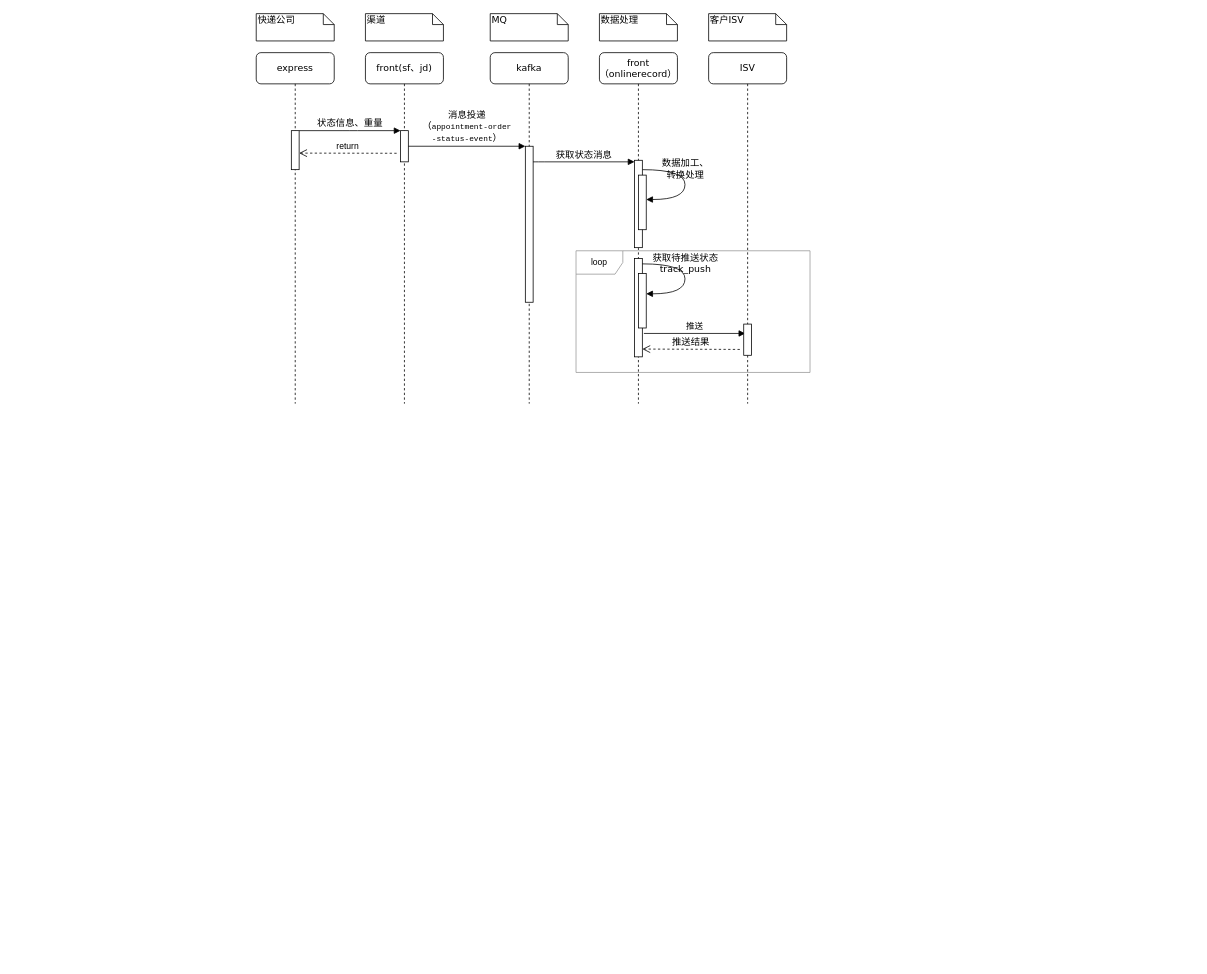
unclequentin/diagrams keeps this draw.io diagram as 状态推送.drawio. Above is the earlier version. Source tidied: cells renumbered, new cells numbered last; positions are measured from the earlier drawing's top-left corner, leaving out a move shared by most shapes. Both pictures are drawn from the tidied source at 78%, with x=0, y=0 at pixel (256, 13).
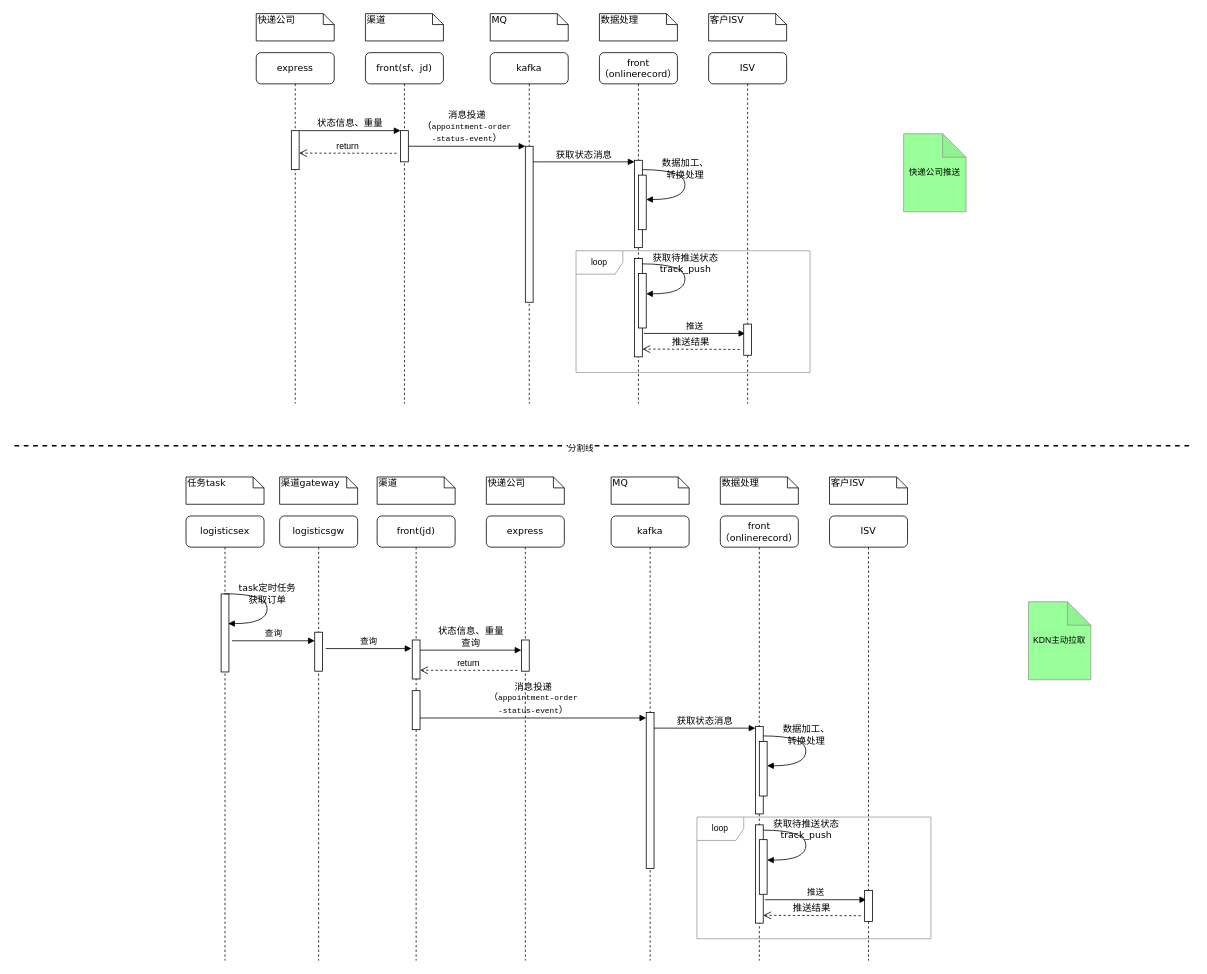
Above is the later version.

Commit message (it also covers changes not shown here):
更新状态推送.drawio

Change to the diagram source:
```diff
@@
+    <mxCell id="29" value="loop" style="shape=umlFrame;whiteSpace=wrap;html=1;fontSize=11;fontColor=#000000;strokeColor=#999999;" parent="1" vertex="1">
+      <mxGeometry x="565" y="1030" width="300" height="156" as="geometry" />
+    </mxCell>
+    <mxCell id="30" value="express" style="shape=umlLifeline;perimeter=lifelinePerimeter;whiteSpace=wrap;html=1;rounded=1;shadow=0;comic=0;labelBackgroundColor=none;strokeWidth=1;fontFamily=Verdana;fontSize=12;align=center;" parent="1" vertex="1">
+      <mxGeometry x="295" y="644" width="100" height="570" as="geometry" />
+    </mxCell>
+    <mxCell id="31" style="html=1;perimeter=orthogonalPerimeter;rounded=0;shadow=0;comic=0;labelBackgroundColor=none;strokeWidth=1;fontFamily=Verdana;fontSize=12;align=center;" parent="30" vertex="1">
+      <mxGeometry x="45" y="159" width="10" height="40" as="geometry" />
+    </mxCell>
+    <mxCell id="32" value="&lt;span style=&quot;text-align: left;&quot;&gt;kafka&lt;/span&gt;" style="shape=umlLifeline;perimeter=lifelinePerimeter;whiteSpace=wrap;html=1;rounded=1;shadow=0;comic=0;labelBackgroundColor=none;strokeWidth=1;fontFamily=Verdana;fontSize=12;align=center;" parent="1" vertex="1">
+      <mxGeometry x="455" y="644" width="100" height="570" as="geometry" />
+    </mxCell>
+    <mxCell id="33" style="html=1;points=[];perimeter=orthogonalPerimeter;rounded=0;shadow=0;comic=0;labelBackgroundColor=none;strokeWidth=1;fontFamily=Verdana;fontSize=12;align=center;" parent="32" vertex="1">
+      <mxGeometry x="45" y="252" width="10" height="200" as="geometry" />
+    </mxCell>
+    <mxCell id="34" value="front（onlinerecord）" style="shape=umlLifeline;perimeter=lifelinePerimeter;whiteSpace=wrap;html=1;rounded=1;shadow=0;comic=0;labelBackgroundColor=none;strokeWidth=1;fontFamily=Verdana;fontSize=12;align=center;" parent="1" vertex="1">
+      <mxGeometry x="595" y="644" width="100" height="570" as="geometry" />
+    </mxCell>
+    <mxCell id="35" value="数据加工、&lt;br&gt;转换处理" style="html=1;verticalAlign=bottom;endArrow=block;labelBackgroundColor=none;fontFamily=Verdana;fontSize=12;elbow=vertical;edgeStyle=orthogonalEdgeStyle;curved=1;entryX=1;entryY=0.286;entryPerimeter=0;exitX=1.038;exitY=0.345;exitPerimeter=0;" parent="34" edge="1">
+      <mxGeometry relative="1" as="geometry">
+        <mxPoint x="55" y="282" as="sourcePoint" />
+        <mxPoint x="60" y="320.3" as="targetPoint" />
+        <Array as="points">
+          <mxPoint x="109.7" y="282" />
+          <mxPoint x="109.7" y="320" />
+        </Array>
+      </mxGeometry>
+    </mxCell>
+    <mxCell id="36" style="html=1;perimeter=orthogonalPerimeter;rounded=0;shadow=0;comic=0;labelBackgroundColor=none;strokeWidth=1;fontFamily=Verdana;fontSize=12;align=center;" parent="34" vertex="1">
+      <mxGeometry x="45" y="396" width="10" height="126" as="geometry" />
+    </mxCell>
+    <mxCell id="37" style="html=1;perimeter=orthogonalPerimeter;rounded=0;shadow=0;comic=0;labelBackgroundColor=none;strokeWidth=1;fontFamily=Verdana;fontSize=12;align=center;" parent="34" vertex="1">
+      <mxGeometry x="50" y="415" width="10" height="70" as="geometry" />
+    </mxCell>
+    <mxCell id="38" value="获取待推送状态&lt;br&gt;track_push" style="html=1;verticalAlign=bottom;endArrow=block;labelBackgroundColor=none;fontFamily=Verdana;fontSize=12;elbow=vertical;edgeStyle=orthogonalEdgeStyle;curved=1;entryX=1;entryY=0.286;entryPerimeter=0;exitX=1.038;exitY=0.345;exitPerimeter=0;" parent="34" edge="1">
+      <mxGeometry relative="1" as="geometry">
+        <mxPoint x="55" y="402.8" as="sourcePoint" />
+        <mxPoint x="60" y="441.2" as="targetPoint" />
+        <Array as="points">
+          <mxPoint x="109.7" y="402.8" />
+          <mxPoint x="109.7" y="440.8" />
+        </Array>
+      </mxGeometry>
+    </mxCell>
+    <mxCell id="39" value="推送" style="html=1;verticalAlign=bottom;endArrow=block;rounded=0;labelBackgroundColor=none;fontSize=11;fontColor=#000000;entryX=0.5;entryY=0.3;entryDx=0;entryDy=0;entryPerimeter=0;" parent="34" edge="1">
+      <mxGeometry relative="1" as="geometry">
+        <mxPoint x="57" y="492" as="sourcePoint" />
+        <mxPoint x="187" y="492" as="targetPoint" />
+      </mxGeometry>
+    </mxCell>
+    <mxCell id="40" value="ISV" style="shape=umlLifeline;perimeter=lifelinePerimeter;whiteSpace=wrap;html=1;rounded=1;shadow=0;comic=0;labelBackgroundColor=none;strokeWidth=1;fontFamily=Verdana;fontSize=12;align=center;" parent="1" vertex="1">
+      <mxGeometry x="735" y="644" width="100" height="570" as="geometry" />
+    </mxCell>
+    <mxCell id="41" style="html=1;perimeter=orthogonalPerimeter;rounded=0;shadow=0;comic=0;labelBackgroundColor=none;strokeWidth=1;fontFamily=Verdana;fontSize=12;align=center;" parent="40" vertex="1">
+      <mxGeometry x="45" y="480" width="10" height="40" as="geometry" />
+    </mxCell>
+    <mxCell id="42" value="推送结果" style="html=1;verticalAlign=bottom;endArrow=open;dashed=1;endSize=8;labelBackgroundColor=none;fontFamily=Verdana;fontSize=12;" parent="40" edge="1">
+      <mxGeometry relative="1" as="geometry">
+        <mxPoint x="40" y="512.5" as="sourcePoint" />
+        <mxPoint x="-85" y="512" as="targetPoint" />
+      </mxGeometry>
+    </mxCell>
+    <mxCell id="43" value="front(jd)" style="shape=umlLifeline;perimeter=lifelinePerimeter;whiteSpace=wrap;html=1;rounded=1;shadow=0;comic=0;labelBackgroundColor=none;strokeWidth=1;fontFamily=Verdana;fontSize=12;align=center;" parent="1" vertex="1">
+      <mxGeometry x="155" y="644" width="100" height="570" as="geometry" />
+    </mxCell>
+    <mxCell id="44" style="html=1;perimeter=orthogonalPerimeter;rounded=0;shadow=0;comic=0;labelBackgroundColor=none;strokeWidth=1;fontFamily=Verdana;fontSize=12;align=center;" parent="43" vertex="1">
+      <mxGeometry x="45" y="159" width="10" height="50" as="geometry" />
+    </mxCell>
+    <mxCell id="45" style="html=1;perimeter=orthogonalPerimeter;rounded=0;shadow=0;comic=0;labelBackgroundColor=none;strokeWidth=1;fontFamily=Verdana;fontSize=12;align=center;" parent="43" vertex="1">
+      <mxGeometry x="45" y="224" width="10" height="50" as="geometry" />
+    </mxCell>
+    <mxCell id="46" value="&lt;span style=&quot;font-family: Verdana; font-size: 12px;&quot;&gt;消息投递&lt;/span&gt;&lt;br style=&quot;font-family: Verdana; font-size: 12px;&quot;&gt;&lt;span style=&quot;font-family: Verdana; font-size: 12px;&quot;&gt;（&lt;/span&gt;&lt;span style=&quot;font-size: 12px; font-family: &amp;quot;Courier New&amp;quot;;&quot;&gt;&lt;font style=&quot;font-size: 10px;&quot;&gt;appointment-order&lt;br&gt;-status-event&lt;/font&gt;&lt;/span&gt;&lt;span style=&quot;font-family: Verdana; font-size: 12px;&quot;&gt;）&lt;/span&gt;" style="html=1;verticalAlign=bottom;endArrow=block;rounded=0;labelBackgroundColor=none;fontSize=11;fontColor=#000000;" parent="43" edge="1">
+      <mxGeometry relative="1" as="geometry">
+        <mxPoint x="55" y="259" as="sourcePoint" />
+        <mxPoint x="345" y="259" as="targetPoint" />
+      </mxGeometry>
+    </mxCell>
+    <mxCell id="47" style="html=1;points=[];perimeter=orthogonalPerimeter;rounded=0;shadow=0;comic=0;labelBackgroundColor=none;strokeWidth=1;fontFamily=Verdana;fontSize=12;align=center;" parent="1" vertex="1">
+      <mxGeometry x="640" y="914" width="10" height="112" as="geometry" />
+    </mxCell>
+    <mxCell id="48" value="获取状态消息" style="html=1;verticalAlign=bottom;endArrow=block;labelBackgroundColor=none;fontFamily=Verdana;fontSize=12;edgeStyle=elbowEdgeStyle;elbow=vertical;" parent="1" edge="1" source="33" target="47">
+      <mxGeometry relative="1" as="geometry">
+        <Array as="points">
+          <mxPoint x="515" y="916" />
+        </Array>
+      </mxGeometry>
+    </mxCell>
+    <mxCell id="49" value="状态信息、重量&lt;br&gt;查询" style="html=1;verticalAlign=bottom;endArrow=block;entryX=0;entryY=0;labelBackgroundColor=none;fontFamily=Verdana;fontSize=12;edgeStyle=elbowEdgeStyle;elbow=vertical;" parent="1" edge="1">
+      <mxGeometry relative="1" as="geometry">
+        <mxPoint x="210" y="816" as="sourcePoint" />
+        <mxPoint x="340" y="816" as="targetPoint" />
+      </mxGeometry>
+    </mxCell>
+    <mxCell id="50" style="html=1;perimeter=orthogonalPerimeter;rounded=0;shadow=0;comic=0;labelBackgroundColor=none;strokeWidth=1;fontFamily=Verdana;fontSize=12;align=center;" parent="1" vertex="1">
+      <mxGeometry x="645" y="933" width="10" height="70" as="geometry" />
+    </mxCell>
+    <mxCell id="51" value="渠道" style="shape=note;whiteSpace=wrap;html=1;size=14;verticalAlign=top;align=left;spacingTop=-6;rounded=0;shadow=0;comic=0;labelBackgroundColor=none;strokeWidth=1;fontFamily=Verdana;fontSize=12;" parent="1" vertex="1">
+      <mxGeometry x="155" y="594" width="100" height="35" as="geometry" />
+    </mxCell>
+    <mxCell id="52" value="快递公司" style="shape=note;whiteSpace=wrap;html=1;size=14;verticalAlign=top;align=left;spacingTop=-6;rounded=0;shadow=0;comic=0;labelBackgroundColor=none;strokeWidth=1;fontFamily=Verdana;fontSize=12;" parent="1" vertex="1">
+      <mxGeometry x="295" y="594" width="100" height="35" as="geometry" />
+    </mxCell>
+    <mxCell id="53" value="MQ" style="shape=note;whiteSpace=wrap;html=1;size=14;verticalAlign=top;align=left;spacingTop=-6;rounded=0;shadow=0;comic=0;labelBackgroundColor=none;strokeWidth=1;fontFamily=Verdana;fontSize=12;" parent="1" vertex="1">
+      <mxGeometry x="455" y="594" width="100" height="35" as="geometry" />
+    </mxCell>
+    <mxCell id="54" value="数据处理" style="shape=note;whiteSpace=wrap;html=1;size=14;verticalAlign=top;align=left;spacingTop=-6;rounded=0;shadow=0;comic=0;labelBackgroundColor=none;strokeWidth=1;fontFamily=Verdana;fontSize=12;" parent="1" vertex="1">
+      <mxGeometry x="595" y="594" width="100" height="35" as="geometry" />
+    </mxCell>
+    <mxCell id="55" value="客户ISV" style="shape=note;whiteSpace=wrap;html=1;size=14;verticalAlign=top;align=left;spacingTop=-6;rounded=0;shadow=0;comic=0;labelBackgroundColor=none;strokeWidth=1;fontFamily=Verdana;fontSize=12;" parent="1" vertex="1">
+      <mxGeometry x="735" y="594" width="100" height="35" as="geometry" />
+    </mxCell>
+    <mxCell id="56" value="return" style="html=1;verticalAlign=bottom;endArrow=open;dashed=1;endSize=8;rounded=0;entryX=1;entryY=0.045;entryDx=0;entryDy=0;entryPerimeter=0;" parent="1" edge="1">
+      <mxGeometry relative="1" as="geometry">
+        <mxPoint x="335" y="842" as="sourcePoint" />
+        <mxPoint x="210" y="841.8" as="targetPoint" />
+      </mxGeometry>
+    </mxCell>
+    <mxCell id="57" value="logisticsex" style="shape=umlLifeline;perimeter=lifelinePerimeter;whiteSpace=wrap;html=1;rounded=1;shadow=0;comic=0;labelBackgroundColor=none;strokeWidth=1;fontFamily=Verdana;fontSize=12;align=center;" parent="1" vertex="1">
+      <mxGeometry x="-90" y="644" width="100" height="570" as="geometry" />
+    </mxCell>
+    <mxCell id="58" style="html=1;perimeter=orthogonalPerimeter;rounded=0;shadow=0;comic=0;labelBackgroundColor=none;strokeWidth=1;fontFamily=Verdana;fontSize=12;align=center;" parent="57" vertex="1">
+      <mxGeometry x="45" y="100" width="10" height="100" as="geometry" />
+    </mxCell>
+    <mxCell id="59" value="任务task" style="shape=note;whiteSpace=wrap;html=1;size=14;verticalAlign=top;align=left;spacingTop=-6;rounded=0;shadow=0;comic=0;labelBackgroundColor=none;strokeWidth=1;fontFamily=Verdana;fontSize=12;" parent="1" vertex="1">
+      <mxGeometry x="-90" y="594" width="100" height="35" as="geometry" />
+    </mxCell>
+    <mxCell id="60" value="logisticsgw" style="shape=umlLifeline;perimeter=lifelinePerimeter;whiteSpace=wrap;html=1;rounded=1;shadow=0;comic=0;labelBackgroundColor=none;strokeWidth=1;fontFamily=Verdana;fontSize=12;align=center;" parent="1" vertex="1">
+      <mxGeometry x="30" y="644" width="100" height="570" as="geometry" />
+    </mxCell>
+    <mxCell id="61" style="html=1;perimeter=orthogonalPerimeter;rounded=0;shadow=0;comic=0;labelBackgroundColor=none;strokeWidth=1;fontFamily=Verdana;fontSize=12;align=center;" parent="60" vertex="1">
+      <mxGeometry x="45" y="149" width="10" height="50" as="geometry" />
+    </mxCell>
+    <mxCell id="62" value="渠道gateway" style="shape=note;whiteSpace=wrap;html=1;size=14;verticalAlign=top;align=left;spacingTop=-6;rounded=0;shadow=0;comic=0;labelBackgroundColor=none;strokeWidth=1;fontFamily=Verdana;fontSize=12;" parent="1" vertex="1">
+      <mxGeometry x="30" y="594" width="100" height="35" as="geometry" />
+    </mxCell>
+    <mxCell id="63" value="task定时任务&lt;br&gt;获取订单" style="html=1;verticalAlign=bottom;endArrow=block;labelBackgroundColor=none;fontFamily=Verdana;fontSize=12;elbow=vertical;edgeStyle=orthogonalEdgeStyle;curved=1;entryX=1;entryY=0.286;entryPerimeter=0;exitX=1.038;exitY=0.345;exitPerimeter=0;" parent="1" edge="1">
+      <mxGeometry relative="1" as="geometry">
+        <mxPoint x="-41" y="743.7" as="sourcePoint" />
+        <mxPoint x="-36" y="782" as="targetPoint" />
+        <Array as="points">
+          <mxPoint x="14" y="744" />
+          <mxPoint x="14" y="782" />
+        </Array>
+      </mxGeometry>
+    </mxCell>
+    <mxCell id="64" value="查询" style="html=1;verticalAlign=bottom;endArrow=block;rounded=0;labelBackgroundColor=none;fontSize=11;fontColor=#000000;entryX=0.1;entryY=0.22;entryDx=0;entryDy=0;entryPerimeter=0;" parent="1" edge="1">
+      <mxGeometry relative="1" as="geometry">
+        <mxPoint x="-31" y="804" as="sourcePoint" />
+        <mxPoint x="75" y="804" as="targetPoint" />
+      </mxGeometry>
+    </mxCell>
+    <mxCell id="65" value="查询" style="html=1;verticalAlign=bottom;endArrow=block;rounded=0;labelBackgroundColor=none;fontSize=11;fontColor=#000000;" parent="1" edge="1">
+      <mxGeometry relative="1" as="geometry">
+        <mxPoint x="89" y="814" as="sourcePoint" />
+        <mxPoint x="199" y="814" as="targetPoint" />
+      </mxGeometry>
+    </mxCell>
+    <mxCell id="66" value="快递公司推送" style="shape=note;whiteSpace=wrap;html=1;backgroundOutline=1;darkOpacity=0.05;fontSize=11;fontColor=#000000;strokeColor=#999999;fillColor=#99FF99;" parent="1" vertex="1">
+      <mxGeometry x="830" y="154" width="80" height="100" as="geometry" />
+    </mxCell>
+    <mxCell id="67" value="KDN主动拉取" style="shape=note;whiteSpace=wrap;html=1;backgroundOutline=1;darkOpacity=0.05;fontSize=11;fontColor=#000000;strokeColor=#999999;fillColor=#99FF99;" parent="1" vertex="1">
+      <mxGeometry x="990" y="754" width="80" height="100" as="geometry" />
+    </mxCell>
+    <mxCell id="68" style="endArrow=none;dashed=1;html=1;rounded=0;labelBackgroundColor=none;fontSize=11;fontColor=#000000;strokeColor=#000000;jumpSize=12;strokeWidth=2;" parent="1" edge="1">
+      <mxGeometry relative="1" as="geometry">
+        <mxPoint x="-310" y="554" as="sourcePoint" />
+        <mxPoint x="1200" y="554" as="targetPoint" />
+      </mxGeometry>
+    </mxCell>
+    <mxCell id="69" value="分割线" style="edgeLabel;html=1;align=center;verticalAlign=middle;fontSize=11;fontColor=#000000;" parent="68" vertex="1">
+      <mxGeometry x="-0.04" y="-2" relative="1" as="geometry" />
+    </mxCell>
```
